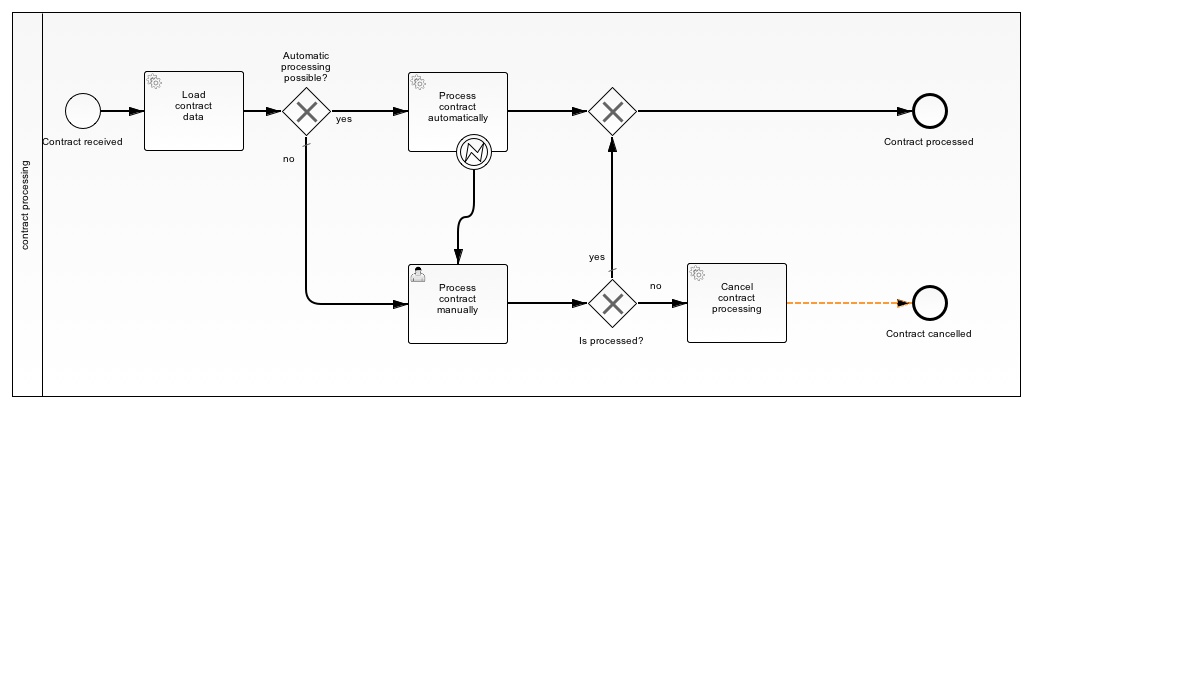
Before: src/main/resources/simple.png, a diagram exported from BPMN (holisticon/camunda-community-bdd). Its source is kept beside it as src/main/resources/simple.bpmn. Ids are renumbered.
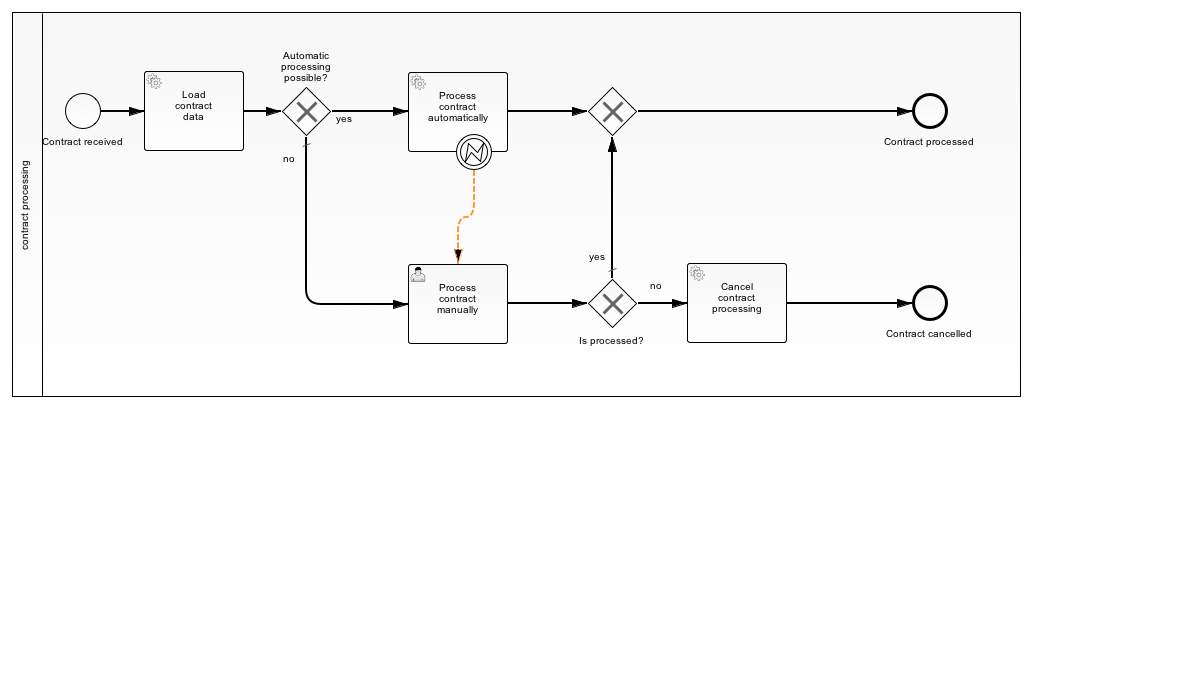
The same diagram one commit later.

Commit message:
name every flow

The edit, as a diff of the source:
```diff
@@ -39,7 +39,7 @@
     <bpmn2:sequenceFlow id="flow_contract_processed" name="" sourceRef="ExclusiveGateway_2" targetRef="event_contract_processed"/>
     <bpmn2:userTask id="task_process_contract_manually" camunda:formKey="processContractManually.xhtml" name="Process&#xD;&#xA;contract&#xD;&#xA;manually">
       <bpmn2:incoming>flow_automatic_processing_no</bpmn2:incoming>
-      <bpmn2:incoming>SequenceFlow_3</bpmn2:incoming>
+      <bpmn2:incoming>flow_error_processing</bpmn2:incoming>
       <bpmn2:outgoing>flow_manually_is_processed</bpmn2:outgoing>
     </bpmn2:userTask>
     <bpmn2:sequenceFlow id="flow_automatic_processing_no" name="no" sourceRef="exclusive_is_processing_automatically" targetRef="task_process_contract_manually"/>
@@ -61,11 +61,11 @@
       <bpmn2:incoming>flow_contract_cancelled</bpmn2:incoming>
     </bpmn2:endEvent>
     <bpmn2:sequenceFlow id="flow_contract_cancelled" name="" sourceRef="service_cancel_contract_processing" targetRef="event_processing_cancelled"/>
-    <bpmn2:boundaryEvent id="BoundaryEvent_1" name="" attachedToRef="service_process_contract_automatically">
-      <bpmn2:outgoing>SequenceFlow_3</bpmn2:outgoing>
+    <bpmn2:boundaryEvent id="event_error_processing" name="" attachedToRef="service_process_contract_automatically">
+      <bpmn2:outgoing>flow_error_processing</bpmn2:outgoing>
       <bpmn2:errorEventDefinition id="ErrorEventDefinition_1" errorRef="Error_1"/>
     </bpmn2:boundaryEvent>
-    <bpmn2:sequenceFlow id="SequenceFlow_3" name="" sourceRef="BoundaryEvent_1" targetRef="task_process_contract_manually"/>
+    <bpmn2:sequenceFlow id="flow_error_processing" name="" sourceRef="event_error_processing" targetRef="task_process_contract_manually"/>
   </bpmn2:process>
   <bpmn2:error id="Error_1" errorCode="errorProcessAutomaticallyFailed" name="AutomaticProcessingFails"/>
   <bpmndi:BPMNDiagram id="BPMNDiagram_1">
@@ -192,10 +192,10 @@
           <dc:Bounds height="6.0" width="6.0" x="809.0" y="303.0"/>
         </bpmndi:BPMNLabel>
       </bpmndi:BPMNEdge>
-      <bpmndi:BPMNShape id="_BPMNShape_BoundaryEvent_7" bpmnElement="BoundaryEvent_1">
+      <bpmndi:BPMNShape id="_BPMNShape_BoundaryEvent_7" bpmnElement="event_error_processing">
         <dc:Bounds height="36.0" width="36.0" x="456.0" y="134.0"/>
       </bpmndi:BPMNShape>
-      <bpmndi:BPMNEdge id="BPMNEdge_SequenceFlow_11" bpmnElement="SequenceFlow_3" sourceElement="_BPMNShape_BoundaryEvent_7" targetElement="_BPMNShape_UserTask_5">
+      <bpmndi:BPMNEdge id="BPMNEdge_SequenceFlow_11" bpmnElement="flow_error_processing" sourceElement="_BPMNShape_BoundaryEvent_7" targetElement="_BPMNShape_UserTask_5">
         <di:waypoint xsi:type="dc:Point" x="474.0" y="170.0"/>
         <di:waypoint xsi:type="dc:Point" x="474.0" y="217.0"/>
         <di:waypoint xsi:type="dc:Point" x="458.0" y="217.0"/>
```
